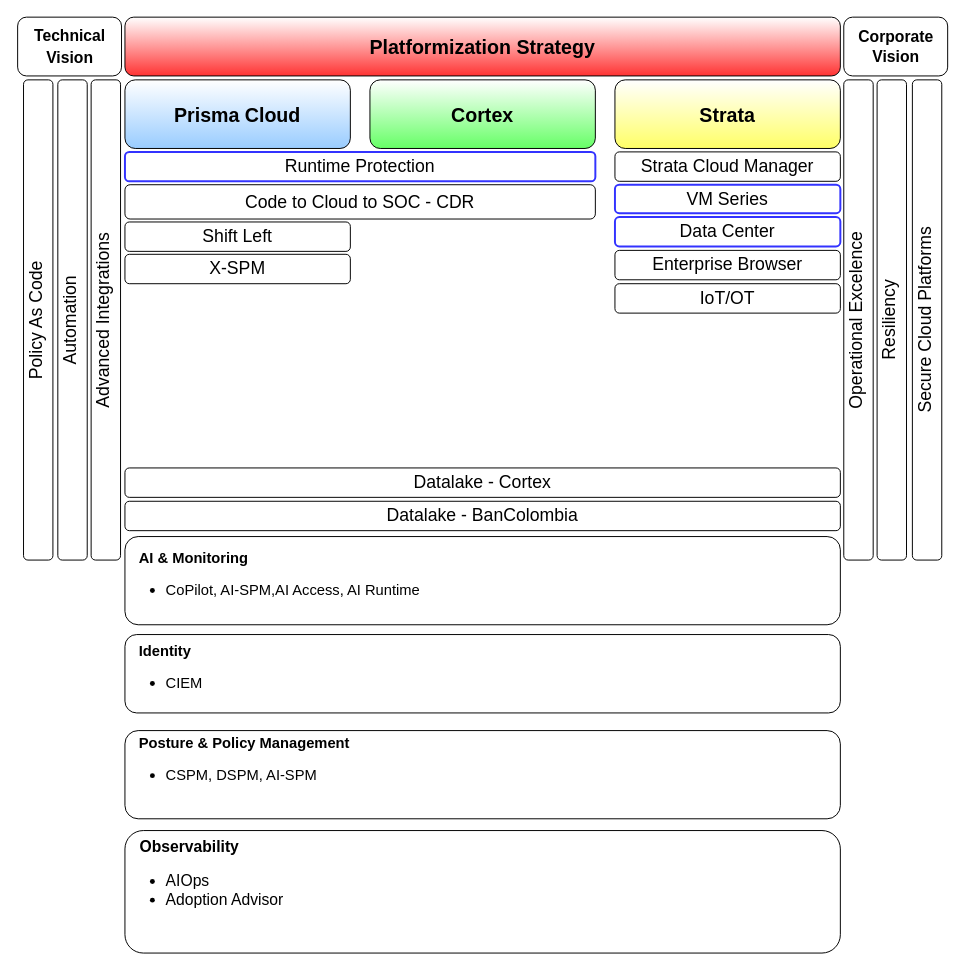
This is BanColombia.drawio from lcastrose/architecture, a draw.io file, before an edit. Source tidied: cells renumbered, new cells numbered last; positions are measured from the earlier drawing's top-left corner, leaving out a move shared by most shapes. Both pictures are drawn from the tidied source at 98%, with x=0, y=0 at pixel (17, 17).
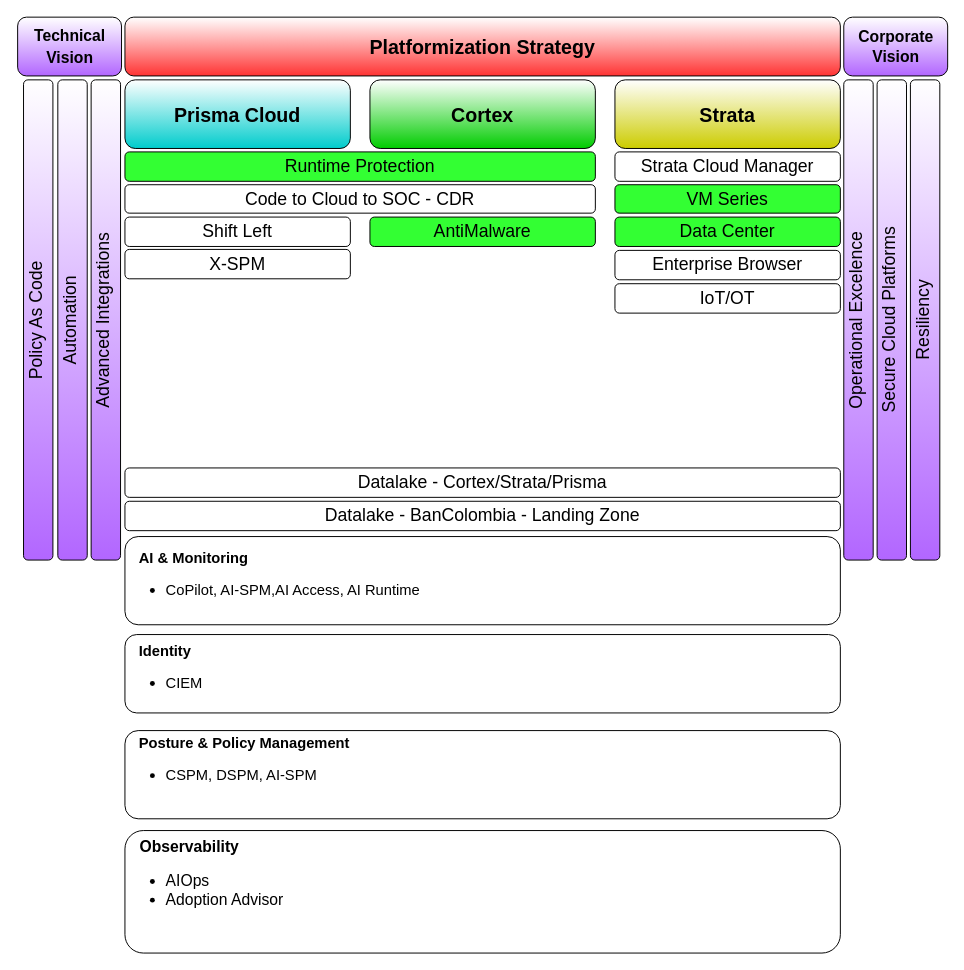
The same diagram, later.

What changed in the source:
```diff
@@
-    <mxCell id="3" value="Prisma Cloud" style="rounded=1;whiteSpace=wrap;html=1;fontSize=20;gradientColor=#99CCFF;fontStyle=1;" parent="1" vertex="1">
+    <mxCell id="3" value="Prisma Cloud" style="rounded=1;whiteSpace=wrap;html=1;fontSize=20;gradientColor=#00CCCC;fontStyle=1;" parent="1" vertex="1">
       <mxGeometry x="110" y="64" width="230" height="70" as="geometry" />
     </mxCell>
-    <mxCell id="4" value="Cortex" style="rounded=1;whiteSpace=wrap;html=1;fontSize=20;gradientColor=#66FF66;fontStyle=1;" parent="1" vertex="1">
+    <mxCell id="4" value="Cortex" style="rounded=1;whiteSpace=wrap;html=1;fontSize=20;gradientColor=#00CC00;fontStyle=1;" parent="1" vertex="1">
       <mxGeometry x="360" y="64" width="230" height="70" as="geometry" />
     </mxCell>
-    <mxCell id="5" value="Strata" style="rounded=1;whiteSpace=wrap;html=1;fontSize=20;gradientColor=#FFFF66;fontStyle=1;" parent="1" vertex="1">
+    <mxCell id="5" value="Strata" style="rounded=1;whiteSpace=wrap;html=1;fontSize=20;gradientColor=#CCCC00;fontStyle=1;" parent="1" vertex="1">
       <mxGeometry x="610" y="64" width="230" height="70" as="geometry" />
     </mxCell>
@@
-    <mxCell id="10" value="Operational Excelence" style="rounded=1;whiteSpace=wrap;html=1;rotation=-180;flipV=1;flipH=1;textDirection=vertical-lr;fontSize=18;" parent="1" vertex="1">
+    <mxCell id="10" value="Operational Excelence" style="rounded=1;whiteSpace=wrap;html=1;rotation=-180;flipV=1;flipH=1;textDirection=vertical-lr;fontSize=18;gradientColor=#B266FF;" parent="1" vertex="1">
       <mxGeometry x="843.5" y="64" width="30" height="490" as="geometry" />
     </mxCell>
-    <mxCell id="11" value="Advanced Integrations" style="rounded=1;whiteSpace=wrap;html=1;rotation=-180;flipV=1;flipH=1;textDirection=vertical-lr;fontSize=18;" parent="1" vertex="1">
+    <mxCell id="11" value="Advanced Integrations" style="rounded=1;whiteSpace=wrap;html=1;rotation=-180;flipV=1;flipH=1;textDirection=vertical-lr;fontSize=18;gradientColor=#B266FF;" parent="1" vertex="1">
       <mxGeometry x="75.5" y="64" width="30" height="490" as="geometry" />
     </mxCell>
-    <mxCell id="12" value="Resiliency" style="rounded=1;whiteSpace=wrap;html=1;rotation=-180;flipV=1;flipH=1;textDirection=vertical-lr;fontSize=18;" parent="1" vertex="1">
-      <mxGeometry x="877.5" y="64" width="30" height="490" as="geometry" />
+    <mxCell id="12" value="Resiliency" style="rounded=1;whiteSpace=wrap;html=1;rotation=-180;flipV=1;flipH=1;textDirection=vertical-lr;fontSize=18;gradientColor=#B266FF;" parent="1" vertex="1">
+      <mxGeometry x="911.5" y="64" width="30" height="490" as="geometry" />
     </mxCell>
-    <mxCell id="13" value="VM Series" style="rounded=1;whiteSpace=wrap;html=1;fontSize=18;strokeColor=#3333FF;strokeWidth=2;" parent="1" vertex="1">
+    <mxCell id="13" value="VM Series" style="rounded=1;whiteSpace=wrap;html=1;fontSize=18;strokeColor=#000000;strokeWidth=1;fillColor=#33FF33;" parent="1" vertex="1">
       <mxGeometry x="610" y="171" width="230" height="29" as="geometry" />
     </mxCell>
@@
     <mxCell id="15" value="Code to Cloud to SOC - CDR" style="rounded=1;whiteSpace=wrap;html=1;fontSize=18;" parent="1" vertex="1">
-      <mxGeometry x="110" y="171" width="480" height="35" as="geometry" />
+      <mxGeometry x="110" y="171" width="480" height="29" as="geometry" />
     </mxCell>
-    <mxCell id="16" value="Policy As Code" style="rounded=1;whiteSpace=wrap;html=1;rotation=-180;flipV=1;flipH=1;textDirection=vertical-lr;fontSize=18;" parent="1" vertex="1">
+    <mxCell id="16" value="Policy As Code" style="rounded=1;whiteSpace=wrap;html=1;rotation=-180;flipV=1;flipH=1;textDirection=vertical-lr;fontSize=18;gradientColor=#B266FF;" parent="1" vertex="1">
       <mxGeometry x="6.5" y="64" width="30" height="490" as="geometry" />
     </mxCell>
-    <mxCell id="17" value="Automation" style="rounded=1;whiteSpace=wrap;html=1;rotation=-180;flipV=1;flipH=1;textDirection=vertical-lr;fontSize=18;" parent="1" vertex="1">
+    <mxCell id="17" value="Automation" style="rounded=1;whiteSpace=wrap;html=1;rotation=-180;flipV=1;flipH=1;textDirection=vertical-lr;fontSize=18;gradientColor=#B266FF;" parent="1" vertex="1">
       <mxGeometry x="41.5" y="64" width="30" height="490" as="geometry" />
     </mxCell>
-    <mxCell id="18" value="Data Center" style="rounded=1;whiteSpace=wrap;html=1;fontSize=18;strokeWidth=2;strokeColor=#3333FF;" parent="1" vertex="1">
+    <mxCell id="18" value="Data Center" style="rounded=1;whiteSpace=wrap;html=1;fontSize=18;strokeWidth=1;strokeColor=#000000;fillColor=#33FF33;" parent="1" vertex="1">
       <mxGeometry x="610" y="204" width="230" height="30" as="geometry" />
     </mxCell>
@@
-    <mxCell id="20" value="Runtime Protection" style="rounded=1;whiteSpace=wrap;html=1;fontSize=18;strokeWidth=2;strokeColor=#3333FF;" parent="1" vertex="1">
+    <mxCell id="20" value="Runtime Protection" style="rounded=1;whiteSpace=wrap;html=1;fontSize=18;strokeWidth=1;strokeColor=#000000;fillColor=#33FF33;" parent="1" vertex="1">
       <mxGeometry x="110" y="137.5" width="480" height="30" as="geometry" />
     </mxCell>
     <mxCell id="21" value="Shift Left" style="rounded=1;whiteSpace=wrap;html=1;fontSize=18;" parent="1" vertex="1">
-      <mxGeometry x="110" y="209" width="230" height="30" as="geometry" />
+      <mxGeometry x="110" y="204" width="230" height="30" as="geometry" />
     </mxCell>
     <mxCell id="22" value="X-SPM" style="rounded=1;whiteSpace=wrap;html=1;fontSize=18;" parent="1" vertex="1">
-      <mxGeometry x="110" y="242" width="230" height="30" as="geometry" />
+      <mxGeometry x="110" y="237" width="230" height="30" as="geometry" />
     </mxCell>
-    <mxCell id="23" value="Datalake - Cortex" style="rounded=1;whiteSpace=wrap;html=1;fontSize=18;strokeWidth=1;strokeColor=#000000;" parent="1" vertex="1">
+    <mxCell id="23" value="Datalake - Cortex/Strata/Prisma" style="rounded=1;whiteSpace=wrap;html=1;fontSize=18;strokeWidth=1;strokeColor=#000000;" parent="1" vertex="1">
       <mxGeometry x="110" y="460" width="730" height="30" as="geometry" />
     </mxCell>
@@
-    <mxCell id="25" value="Datalake - BanColombia" style="rounded=1;whiteSpace=wrap;html=1;fontSize=18;strokeWidth=1;strokeColor=#000000;" parent="1" vertex="1">
+    <mxCell id="25" value="Datalake - BanColombia - Landing Zone" style="rounded=1;whiteSpace=wrap;html=1;fontSize=18;strokeWidth=1;strokeColor=#000000;" parent="1" vertex="1">
       <mxGeometry x="110" y="494" width="730" height="30" as="geometry" />
     </mxCell>
-    <mxCell id="26" value="Secure Cloud Platforms" style="rounded=1;whiteSpace=wrap;html=1;rotation=-180;flipV=1;flipH=1;textDirection=vertical-lr;fontSize=18;" parent="1" vertex="1">
-      <mxGeometry x="913.5" y="64" width="30" height="490" as="geometry" />
+    <mxCell id="26" value="Secure Cloud Platforms" style="rounded=1;whiteSpace=wrap;html=1;rotation=-180;flipV=1;flipH=1;textDirection=vertical-lr;fontSize=18;gradientColor=#B266FF;" parent="1" vertex="1">
+      <mxGeometry x="877.5" y="64" width="30" height="490" as="geometry" />
     </mxCell>
-    <mxCell id="27" value="&lt;font&gt;&lt;b&gt;Corporate Vision&lt;/b&gt;&lt;/font&gt;" style="rounded=1;whiteSpace=wrap;html=1;fontSize=16;" parent="1" vertex="1">
+    <mxCell id="27" value="&lt;font&gt;&lt;b&gt;Corporate Vision&lt;/b&gt;&lt;/font&gt;" style="rounded=1;whiteSpace=wrap;html=1;fontSize=16;gradientColor=#B266FF;" parent="1" vertex="1">
       <mxGeometry x="843.5" width="106" height="60" as="geometry" />
     </mxCell>
-    <mxCell id="28" value="&lt;font style=&quot;font-size: 16px;&quot;&gt;&lt;b style=&quot;&quot;&gt;Technical Vision&lt;/b&gt;&lt;/font&gt;" style="rounded=1;whiteSpace=wrap;html=1;fontSize=18;" parent="1" vertex="1">
+    <mxCell id="28" value="&lt;font style=&quot;font-size: 16px;&quot;&gt;&lt;b style=&quot;&quot;&gt;Technical Vision&lt;/b&gt;&lt;/font&gt;" style="rounded=1;whiteSpace=wrap;html=1;fontSize=18;gradientColor=#B266FF;" parent="1" vertex="1">
       <mxGeometry x="0.5" width="106" height="60" as="geometry" />
     </mxCell>
+    <mxCell id="29" value="AntiMalware" style="rounded=1;whiteSpace=wrap;html=1;fontSize=18;fillColor=#33FF33;" parent="1" vertex="1">
+      <mxGeometry x="360" y="204" width="230" height="30" as="geometry" />
+    </mxCell>
```
